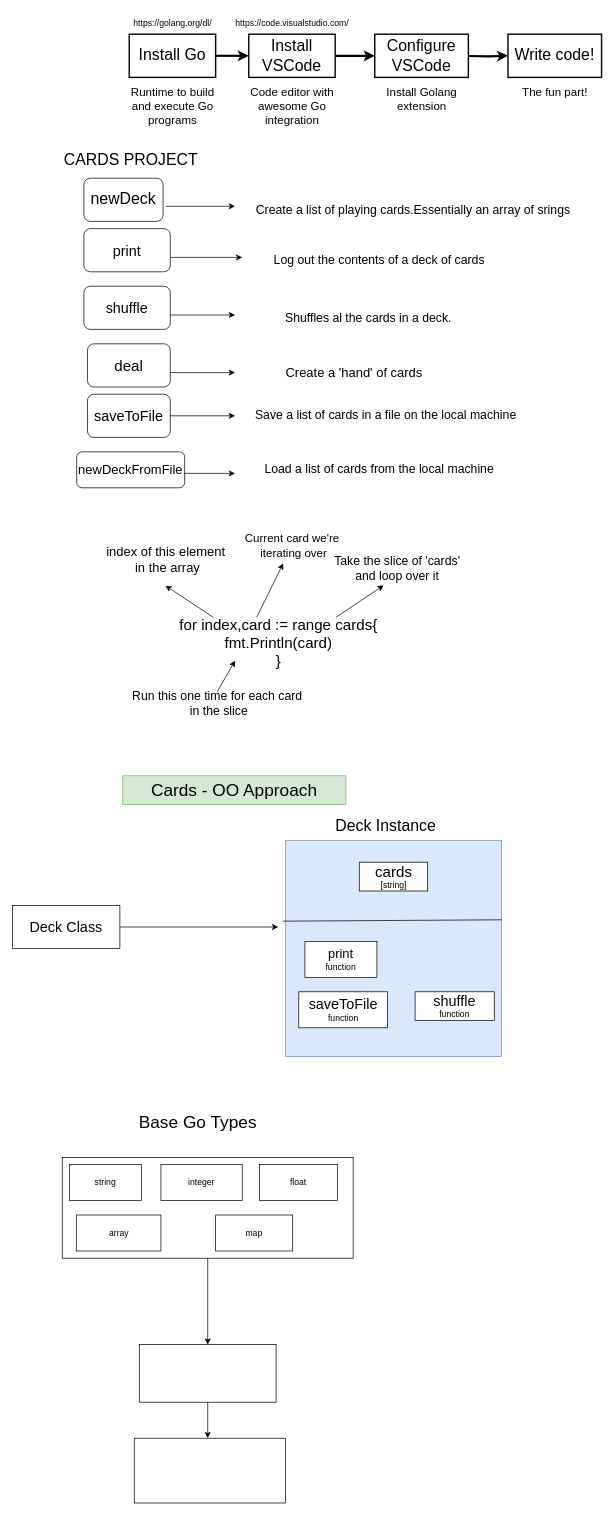
Before: page "Page-1" (1 of 21) of Untitled Diagram.drawio in EsraSrg/golang, a draw.io diagram. Source tidied: cells renumbered, new cells numbered last; positions are measured from the earlier drawing's top-left corner, leaving out a move shared by most shapes. Both pictures are drawn from the tidied source at 72%, with x=0, y=0 at pixel (12, 12).
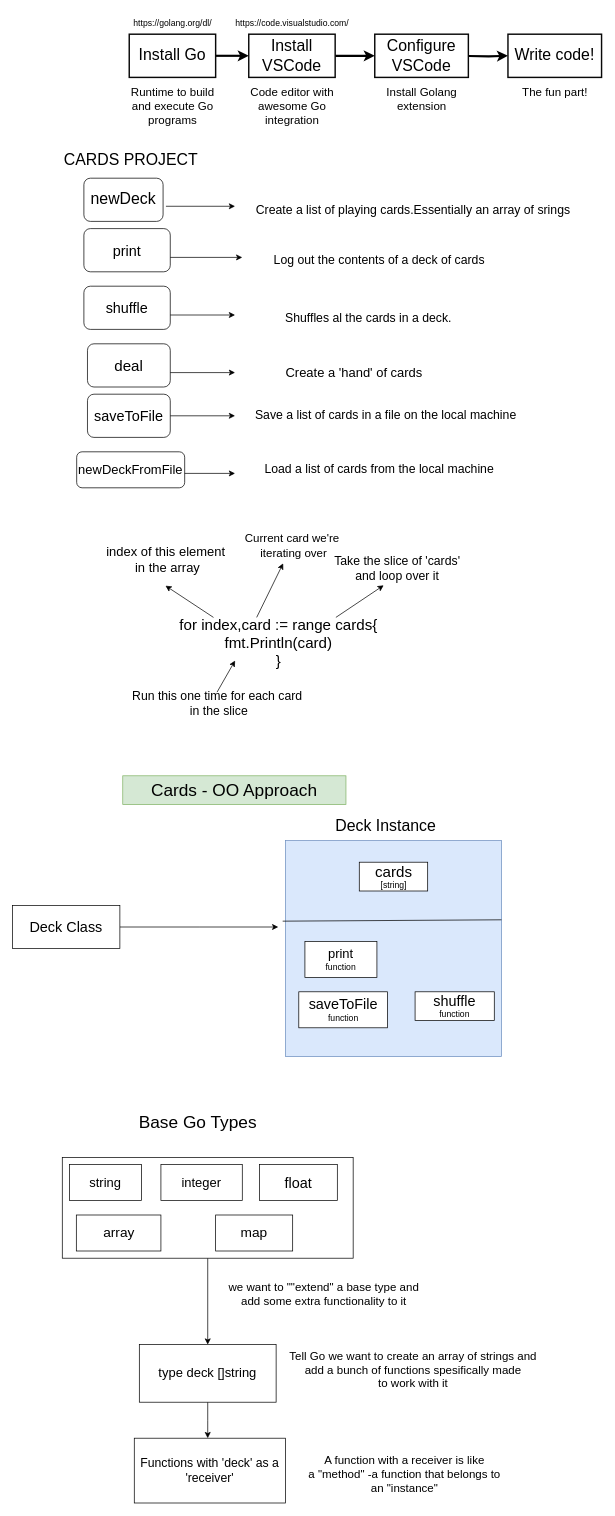
The same diagram, later.

What changed in the source:
```diff
@@
-    <mxCell id="56" value="map" style="rounded=0;whiteSpace=wrap;html=1;" parent="1" vertex="1">
+    <mxCell id="56" value="&lt;font style=&quot;font-size: 19px;&quot;&gt;map&lt;/font&gt;" style="rounded=0;whiteSpace=wrap;html=1;" parent="1" vertex="1">
       <mxGeometry x="282" y="1670" width="107" height="50" as="geometry" />
     </mxCell>
-    <mxCell id="57" value="array" style="rounded=0;whiteSpace=wrap;html=1;" parent="1" vertex="1">
+    <mxCell id="57" value="&lt;font style=&quot;font-size: 19px;&quot;&gt;array&lt;/font&gt;" style="rounded=0;whiteSpace=wrap;html=1;" parent="1" vertex="1">
       <mxGeometry x="88.5" y="1670" width="117.5" height="50" as="geometry" />
     </mxCell>
-    <mxCell id="58" value="float" style="rounded=0;whiteSpace=wrap;html=1;" parent="1" vertex="1">
+    <mxCell id="58" value="&lt;font style=&quot;font-size: 20px;&quot;&gt;float&lt;/font&gt;" style="rounded=0;whiteSpace=wrap;html=1;" parent="1" vertex="1">
       <mxGeometry x="343" y="1600" width="108" height="50" as="geometry" />
     </mxCell>
-    <mxCell id="59" value="integer" style="rounded=0;whiteSpace=wrap;html=1;" parent="1" vertex="1">
+    <mxCell id="59" value="&lt;font style=&quot;font-size: 18px;&quot;&gt;integer&lt;/font&gt;" style="rounded=0;whiteSpace=wrap;html=1;" parent="1" vertex="1">
       <mxGeometry x="206" y="1600" width="113" height="50" as="geometry" />
     </mxCell>
-    <mxCell id="60" value="string" style="rounded=0;whiteSpace=wrap;html=1;" parent="1" vertex="1">
+    <mxCell id="60" value="&lt;font style=&quot;font-size: 18px;&quot;&gt;string&lt;/font&gt;" style="rounded=0;whiteSpace=wrap;html=1;" parent="1" vertex="1">
       <mxGeometry x="79" y="1600" width="100" height="50" as="geometry" />
     </mxCell>
@@
-    <mxCell id="62" style="rounded=0;whiteSpace=wrap;html=1;" parent="1" vertex="1">
+    <mxCell id="62" value="&lt;font style=&quot;font-size: 18px;&quot;&gt;type deck []string&lt;/font&gt;" style="rounded=0;whiteSpace=wrap;html=1;" parent="1" vertex="1">
       <mxGeometry x="176" y="1850" width="190" height="80" as="geometry" />
     </mxCell>
-    <mxCell id="63" style="rounded=0;whiteSpace=wrap;html=1;" parent="1" vertex="1">
+    <mxCell id="63" value="&lt;div style=&quot;font-size: 17px;&quot;&gt;&lt;font style=&quot;font-size: 17px;&quot;&gt;Functions with 'deck' as a&lt;/font&gt;&lt;/div&gt;&lt;div style=&quot;font-size: 17px;&quot;&gt;&lt;font style=&quot;font-size: 17px;&quot;&gt;'receiver'&lt;font style=&quot;font-size: 17px;&quot;&gt;&lt;br&gt;&lt;/font&gt;&lt;/font&gt;&lt;/div&gt;" style="rounded=0;whiteSpace=wrap;html=1;" parent="1" vertex="1">
       <mxGeometry x="169" y="1980" width="210" height="90" as="geometry" />
     </mxCell>
+    <mxCell id="64" value="&lt;div style=&quot;font-size: 16px;&quot;&gt;&lt;font style=&quot;font-size: 16px;&quot;&gt;we want to &quot;&quot;extend&quot; a base type and&lt;/font&gt;&lt;/div&gt;&lt;div style=&quot;font-size: 16px;&quot;&gt;&lt;font style=&quot;font-size: 16px;&quot;&gt;add some extra functionality to it&lt;font style=&quot;font-size: 16px;&quot;&gt;&lt;br&gt;&lt;/font&gt;&lt;/font&gt;&lt;/div&gt;" style="text;html=1;align=center;verticalAlign=middle;strokeColor=none;fillColor=none;" parent="1" vertex="1">
+      <mxGeometry x="286.5" y="1755" width="290" height="50" as="geometry" />
+    </mxCell>
+    <mxCell id="65" value="&lt;div style=&quot;font-size: 16px;&quot;&gt;&lt;font style=&quot;font-size: 16px;&quot;&gt;Tell Go we want to create an array of strings and&lt;/font&gt;&lt;/div&gt;&lt;div style=&quot;font-size: 16px;&quot;&gt;&lt;font style=&quot;font-size: 16px;&quot;&gt;add a bunch of functions spesifically made&lt;/font&gt;&lt;/div&gt;&lt;div style=&quot;font-size: 16px;&quot;&gt;&lt;font style=&quot;font-size: 16px;&quot;&gt;to work with it&lt;font style=&quot;font-size: 16px;&quot;&gt;&lt;br&gt;&lt;/font&gt;&lt;/font&gt;&lt;/div&gt;" style="text;html=1;align=center;verticalAlign=middle;strokeColor=none;fillColor=none;" parent="1" vertex="1">
+      <mxGeometry x="371" y="1850" width="370" height="70" as="geometry" />
+    </mxCell>
+    <mxCell id="66" value="&lt;div style=&quot;font-size: 16px;&quot;&gt;&lt;font style=&quot;font-size: 16px;&quot;&gt;A function with a receiver is like&lt;/font&gt;&lt;/div&gt;&lt;div style=&quot;font-size: 16px;&quot;&gt;&lt;font style=&quot;font-size: 16px;&quot;&gt;a &quot;method&quot; -a function that belongs to&lt;/font&gt;&lt;/div&gt;&lt;div style=&quot;font-size: 16px;&quot;&gt;&lt;font style=&quot;font-size: 16px;&quot;&gt;an &quot;instance&quot;&lt;font style=&quot;font-size: 16px;&quot;&gt;&lt;br&gt;&lt;/font&gt;&lt;/font&gt;&lt;/div&gt;" style="text;html=1;align=center;verticalAlign=middle;strokeColor=none;fillColor=none;" parent="1" vertex="1">
+      <mxGeometry x="399" y="1995" width="290" height="70" as="geometry" />
+    </mxCell>
```
